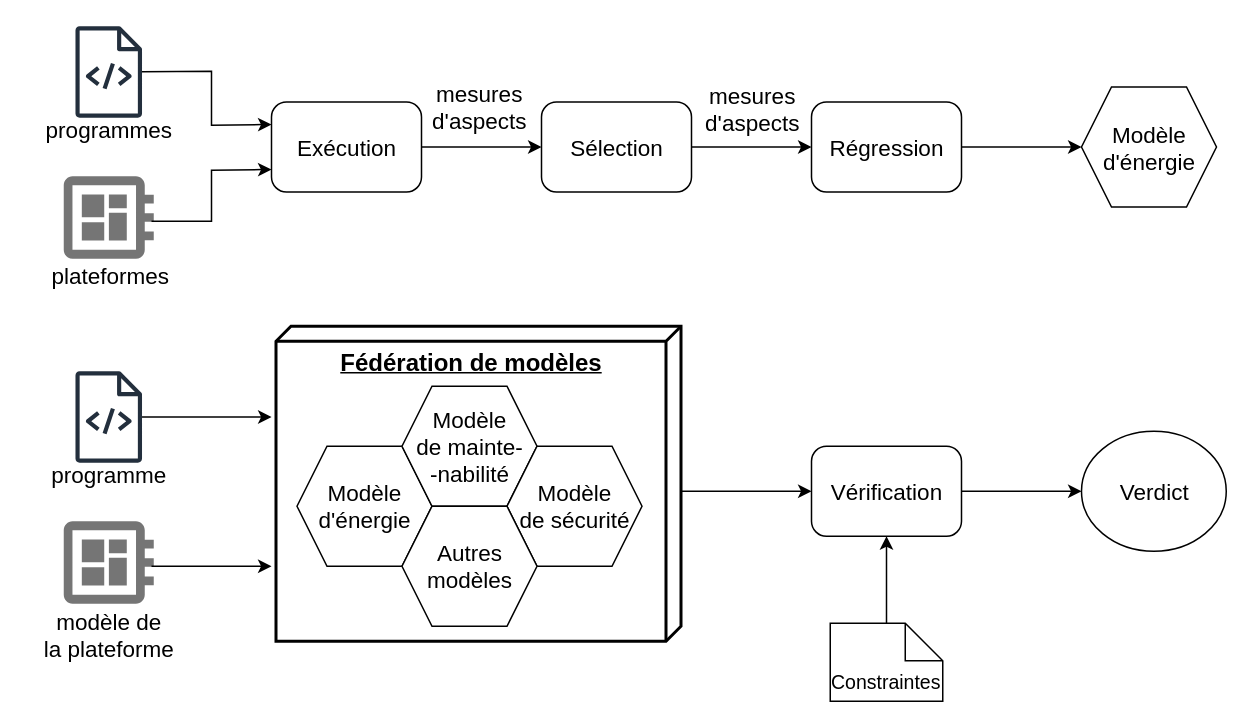
This is projetRecherche2026_Brest.drawio from yoann-marquer/Diagrams, a draw.io file, before an edit. Source tidied: cells renumbered, new cells numbered last; positions are measured from the earlier drawing's top-left corner, leaving out a move shared by most shapes. Both pictures are drawn from the tidied source at 150%, with x=0, y=0 at pixel (26, 26).
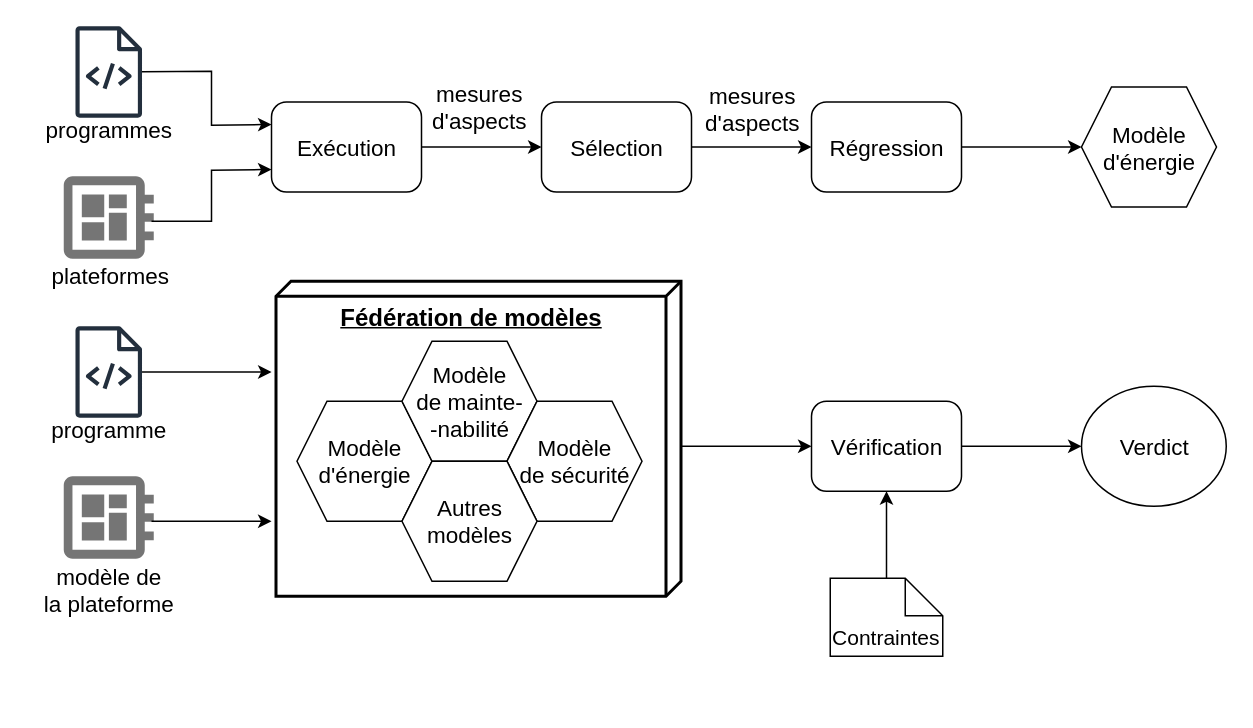
The same page after the edit.

Unchanged cells that the change refers to:
```xml
<mxCell id="4" value="Exécution" style="points=[[0.25,0,0],[0.5,0,0],[0.75,0,0],[1,0.25,0],[1,0.5,0],[1,0.75,0],[0.75,1,0],[0.5,1,0],[0.25,1,0],[0,0.75,0],[0,0.5,0],[0,0.25,0]];shape=mxgraph.bpmn.task;whiteSpace=wrap;rectStyle=rounded;size=10;html=1;taskMarker=abstract;fontSize=15;" parent="1" vertex="1">
  <mxGeometry x="163.5" y="50.5" width="100" height="60" as="geometry" />
</mxCell>
```

Change to the diagram source:
```diff
@@
     <mxCell id="2" value="&lt;div align=&quot;center&quot;&gt;&lt;font style=&quot;font-size: 16px;&quot;&gt;&lt;b&gt;Fédération de modèles&lt;/b&gt;&lt;/font&gt;&lt;/div&gt;" style="verticalAlign=top;align=center;spacingTop=8;spacingLeft=2;spacingRight=12;shape=cube;size=10;direction=south;fontStyle=4;html=1;whiteSpace=wrap;strokeWidth=2;" parent="1" vertex="1">
-      <mxGeometry x="166.5" y="200" width="270" height="210" as="geometry" />
+      <mxGeometry x="166.5" y="170" width="270" height="210" as="geometry" />
     </mxCell>
@@
-    <mxCell id="18" style="endArrow=classic;html=1;rounded=0;entryX=0;entryY=0.75;entryDx=0;entryDy=0;entryPerimeter=0;" parent="1" edge="1" target="4">
-      <mxGeometry relative="1" as="geometry">
-        <mxPoint x="83.5" y="130" as="sourcePoint" />
-        <Array as="points">
-          <mxPoint x="123.5" y="130" />
-          <mxPoint x="123.5" y="96" />
-        </Array>
-      </mxGeometry>
-    </mxCell>
+    <mxCell id="35" style="endArrow=classic;html=1;rounded=0;entryX=0;entryY=0.75;entryDx=0;entryDy=0;entryPerimeter=0;" parent="1" edge="1" target="4">
+      <mxGeometry relative="1" as="geometry">
+        <mxPoint x="83.5" y="130" as="sourcePoint" />
+        <Array as="points">
+          <mxPoint x="123.5" y="130" />
+          <mxPoint x="123.5" y="96" />
+        </Array>
+      </mxGeometry>
+    </mxCell>
     <mxCell id="19" value="&lt;div&gt;&lt;font style=&quot;font-size: 15px;&quot;&gt;Modèle&lt;/font&gt;&lt;/div&gt;&lt;div&gt;&lt;font style=&quot;font-size: 15px;&quot;&gt;d'énergie&lt;/font&gt;&lt;/div&gt;" style="shape=hexagon;perimeter=hexagonPerimeter2;whiteSpace=wrap;html=1;fixedSize=1;" parent="1" vertex="1">
-      <mxGeometry x="180.5" y="280" width="90" height="80" as="geometry" />
+      <mxGeometry x="180.5" y="250" width="90" height="80" as="geometry" />
     </mxCell>
     <mxCell id="20" value="&lt;div&gt;&lt;font style=&quot;font-size: 15px;&quot;&gt;Modèle&lt;/font&gt;&lt;/div&gt;&lt;div&gt;&lt;font style=&quot;font-size: 15px;&quot;&gt;de mainte-&lt;/font&gt;&lt;/div&gt;&lt;div&gt;&lt;font style=&quot;font-size: 15px;&quot;&gt;-nabilité&lt;/font&gt;&lt;/div&gt;" style="shape=hexagon;perimeter=hexagonPerimeter2;whiteSpace=wrap;html=1;fixedSize=1;" parent="1" vertex="1">
-      <mxGeometry x="250.5" y="240" width="90" height="80" as="geometry" />
+      <mxGeometry x="250.5" y="210" width="90" height="80" as="geometry" />
     </mxCell>
     <mxCell id="21" value="&lt;div&gt;&lt;font style=&quot;font-size: 15px;&quot;&gt;Modèle&lt;/font&gt;&lt;/div&gt;&lt;div&gt;&lt;font style=&quot;font-size: 15px;&quot;&gt;de sécurité&lt;/font&gt;&lt;/div&gt;" style="shape=hexagon;perimeter=hexagonPerimeter2;whiteSpace=wrap;html=1;fixedSize=1;" parent="1" vertex="1">
-      <mxGeometry x="320.5" y="280" width="90" height="80" as="geometry" />
+      <mxGeometry x="320.5" y="250" width="90" height="80" as="geometry" />
     </mxCell>
     <mxCell id="22" value="&lt;div&gt;&lt;font style=&quot;font-size: 15px;&quot;&gt;Autres&lt;/font&gt;&lt;/div&gt;&lt;div&gt;&lt;font style=&quot;font-size: 15px;&quot;&gt;modèles&lt;/font&gt;&lt;/div&gt;" style="shape=hexagon;perimeter=hexagonPerimeter2;whiteSpace=wrap;html=1;fixedSize=1;" parent="1" vertex="1">
-      <mxGeometry x="250.5" y="320" width="90" height="80" as="geometry" />
+      <mxGeometry x="250.5" y="290" width="90" height="80" as="geometry" />
     </mxCell>
-    <mxCell id="23" style="sketch=0;dashed=0;html=1;fillColor=#757575;strokeColor=none;shape=mxgraph.gcp2.circuit_board;" parent="1" vertex="1">
-      <mxGeometry x="25" y="330" width="60" height="55" as="geometry" />
-    </mxCell>
-    <mxCell id="24" style="sketch=0;outlineConnect=0;fontColor=#232F3E;gradientColor=none;fillColor=#232F3D;strokeColor=none;dashed=0;verticalLabelPosition=bottom;verticalAlign=top;align=center;html=1;fontSize=12;fontStyle=0;shape=mxgraph.aws4.source_code;" parent="1" vertex="1">
-      <mxGeometry x="32.7" y="230" width="44.6" height="61" as="geometry" />
-    </mxCell>
+    <mxCell id="36" style="sketch=0;dashed=0;html=1;fillColor=#757575;strokeColor=none;shape=mxgraph.gcp2.circuit_board;" parent="1" vertex="1">
+      <mxGeometry x="25" y="300" width="60" height="55" as="geometry" />
+    </mxCell>
+    <mxCell id="37" style="sketch=0;outlineConnect=0;fontColor=#232F3E;gradientColor=none;fillColor=#232F3D;strokeColor=none;dashed=0;verticalLabelPosition=bottom;verticalAlign=top;align=center;html=1;fontSize=12;fontStyle=0;shape=mxgraph.aws4.source_code;" parent="1" vertex="1">
+      <mxGeometry x="32.7" y="200" width="44.6" height="61" as="geometry" />
+    </mxCell>
     <mxCell id="25" value="programme" style="text;html=1;align=center;verticalAlign=middle;strokeColor=none;fillColor=none;fontSize=15;" parent="1" vertex="1">
-      <mxGeometry x="5" y="283.5" width="100" height="30" as="geometry" />
+      <mxGeometry x="5" y="253.5" width="100" height="30" as="geometry" />
     </mxCell>
     <mxCell id="26" value="&lt;div&gt;modèle de&lt;/div&gt;&lt;div&gt;la plateforme&lt;/div&gt;" style="text;html=1;align=center;verticalAlign=middle;strokeColor=none;fillColor=none;fontSize=15;" parent="1" vertex="1">
-      <mxGeometry y="381" width="110" height="50" as="geometry" />
+      <mxGeometry y="351" width="110" height="50" as="geometry" />
     </mxCell>
-    <mxCell id="27" style="endArrow=classic;html=1;rounded=0;entryX=0.288;entryY=1.011;entryDx=0;entryDy=0;entryPerimeter=0;" parent="1" edge="1" source="24" target="2">
-      <mxGeometry relative="1" as="geometry" />
-    </mxCell>
-    <mxCell id="28" style="endArrow=classic;html=1;rounded=0;" parent="1" edge="1">
-      <mxGeometry relative="1" as="geometry">
-        <mxPoint x="83.5" y="360" as="sourcePoint" />
-        <mxPoint x="163.5" y="360" as="targetPoint" />
-      </mxGeometry>
-    </mxCell>
+    <mxCell id="38" style="endArrow=classic;html=1;rounded=0;entryX=0.288;entryY=1.011;entryDx=0;entryDy=0;entryPerimeter=0;" parent="1" edge="1" source="37" target="2">
+      <mxGeometry relative="1" as="geometry" />
+    </mxCell>
+    <mxCell id="39" style="endArrow=classic;html=1;rounded=0;" parent="1" edge="1">
+      <mxGeometry relative="1" as="geometry">
+        <mxPoint x="83.5" y="330" as="sourcePoint" />
+        <mxPoint x="163.5" y="330" as="targetPoint" />
+      </mxGeometry>
+    </mxCell>
     <mxCell id="29" value="Vérification" style="points=[[0.25,0,0],[0.5,0,0],[0.75,0,0],[1,0.25,0],[1,0.5,0],[1,0.75,0],[0.75,1,0],[0.5,1,0],[0.25,1,0],[0,0.75,0],[0,0.5,0],[0,0.25,0]];shape=mxgraph.bpmn.task;whiteSpace=wrap;rectStyle=rounded;size=10;html=1;taskMarker=abstract;fontSize=15;" parent="1" vertex="1">
-      <mxGeometry x="523.5" y="280" width="100" height="60" as="geometry" />
+      <mxGeometry x="523.5" y="250" width="100" height="60" as="geometry" />
     </mxCell>
@@
-    <mxCell id="31" style="endArrow=classic;html=1;rounded=0;exitX=1;exitY=0.5;exitDx=0;exitDy=0;exitPerimeter=0;" parent="1" edge="1" source="29">
-      <mxGeometry relative="1" as="geometry">
-        <mxPoint x="703.5" y="310" as="targetPoint" />
-      </mxGeometry>
-    </mxCell>
-    <mxCell id="32" style="endArrow=classic;html=1;rounded=0;entryX=0.5;entryY=1;entryDx=0;entryDy=0;entryPerimeter=0;exitX=0.5;exitY=0;exitDx=0;exitDy=0;exitPerimeter=0;" parent="1" edge="1" source="33" target="29">
-      <mxGeometry relative="1" as="geometry" />
-    </mxCell>
-    <mxCell id="33" value="&lt;font style=&quot;font-size: 13px;&quot;&gt;Constraintes&lt;/font&gt;" style="shape=note2;boundedLbl=1;whiteSpace=wrap;html=1;size=25;verticalAlign=top;align=center;" parent="1" vertex="1">
-      <mxGeometry x="536" y="398" width="75" height="52" as="geometry" />
-    </mxCell>
+    <mxCell id="40" style="endArrow=classic;html=1;rounded=0;exitX=1;exitY=0.5;exitDx=0;exitDy=0;exitPerimeter=0;" parent="1" edge="1" source="29">
+      <mxGeometry relative="1" as="geometry">
+        <mxPoint x="703.5" y="280" as="targetPoint" />
+      </mxGeometry>
+    </mxCell>
+    <mxCell id="41" style="endArrow=classic;html=1;rounded=0;entryX=0.5;entryY=1;entryDx=0;entryDy=0;entryPerimeter=0;exitX=0.5;exitY=0;exitDx=0;exitDy=0;exitPerimeter=0;" parent="1" edge="1" source="42" target="29">
+      <mxGeometry relative="1" as="geometry" />
+    </mxCell>
+    <mxCell id="42" value="&lt;font style=&quot;font-size: 14px;&quot;&gt;Contraintes&lt;/font&gt;" style="shape=note2;boundedLbl=1;whiteSpace=wrap;html=1;size=25;verticalAlign=top;align=center;" parent="1" vertex="1">
+      <mxGeometry x="536" y="368" width="75" height="52" as="geometry" />
+    </mxCell>
     <mxCell id="34" value="&lt;font style=&quot;font-size: 15px;&quot;&gt;Verdict&lt;/font&gt;" style="ellipse;whiteSpace=wrap;html=1;" parent="1" vertex="1">
-      <mxGeometry x="703.5" y="270" width="96.5" height="80" as="geometry" />
+      <mxGeometry x="703.5" y="240" width="96.5" height="80" as="geometry" />
     </mxCell>
```
